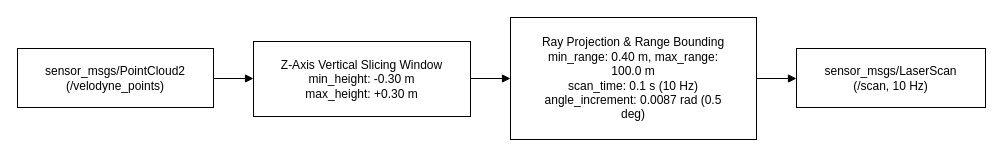
Before: docs/development/ros/diagrams/sensor-fusion-and-control-lidar-pointcloud-projection-pipeline.drawio in itbdelaboprogramming/msd700_documentation, a draw.io diagram. Source tidied: cells renumbered, new cells numbered last; positions are measured from the earlier drawing's top-left corner, leaving out a move shared by most shapes. Both pictures are drawn from the tidied source at 100%, with x=0, y=0 at pixel (17, 17).
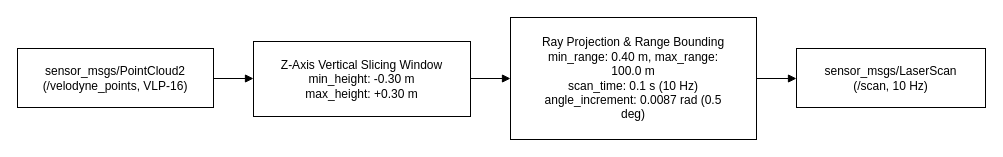
After the change.

Diff of the diagram source:
```diff
@@
 <mxGraphModel>
   <root>
     <mxCell id="0" />
     <mxCell id="1" parent="0" />
-    <mxCell id="2" value="sensor_msgs/PointCloud2&lt;br&gt;(/velodyne_points)" style="html=1;whiteSpace=wrap;fillColor=#ffffff;strokeColor=#000000;rounded=0;fontFamily=Helvetica;fontSize=12;fontColor=#000000;" parent="1" vertex="1">
+    <mxCell id="2" value="sensor_msgs/PointCloud2&lt;br&gt;(/velodyne_points, VLP-16)" style="html=1;whiteSpace=wrap;fillColor=#ffffff;strokeColor=#000000;rounded=0;fontFamily=Helvetica;fontSize=12;fontColor=#000000;" parent="1" vertex="1">
       <mxGeometry y="31" width="196" height="59" as="geometry" />
     </mxCell>
     <mxCell id="3" value="Z-Axis Vertical Slicing Window&lt;br&gt;min_height: -0.30 m&lt;br&gt;max_height: +0.30 m" style="html=1;whiteSpace=wrap;fillColor=#ffffff;strokeColor=#000000;rounded=0;fontFamily=Helvetica;fontSize=12;fontColor=#000000;" parent="1" vertex="1">
       <mxGeometry x="236" y="24" width="217" height="75" as="geometry" />
     </mxCell>
     <mxCell id="4" value="Ray Projection &amp;amp; Range Bounding&lt;br&gt;min_range: 0.40 m, max_range:&lt;br&gt;100.0 m&lt;br&gt;scan_time: 0.1 s (10 Hz)&lt;br&gt;angle_increment: 0.0087 rad (0.5&lt;br&gt;deg)" style="html=1;whiteSpace=wrap;fillColor=#ffffff;strokeColor=#000000;rounded=0;fontFamily=Helvetica;fontSize=12;fontColor=#000000;" parent="1" vertex="1">
       <mxGeometry x="493" width="246" height="122" as="geometry" />
     </mxCell>
     <mxCell id="5" value="sensor_msgs/LaserScan&lt;br&gt;(/scan, 10 Hz)" style="html=1;whiteSpace=wrap;fillColor=#ffffff;strokeColor=#000000;rounded=0;fontFamily=Helvetica;fontSize=12;fontColor=#000000;" parent="1" vertex="1">
       <mxGeometry x="779" y="31" width="189" height="59" as="geometry" />
     </mxCell>
     <mxCell id="6" style="edgeStyle=orthogonalEdgeStyle;rounded=1;arcSize=10;html=1;fontFamily=Helvetica;fontSize=11;labelBackgroundColor=#ffffff;strokeColor=#000000;startArrow=none;endArrow=block;endFill=1;endSize=6;exitX=1;exitY=0.5085;exitDx=0;exitDy=0;exitPerimeter=0;entryX=0;entryY=0.4933;entryDx=0;entryDy=0;entryPerimeter=0;" parent="1" edge="1" source="2" target="3">
       <mxGeometry relative="1" as="geometry" />
     </mxCell>
     <mxCell id="7" style="edgeStyle=orthogonalEdgeStyle;rounded=1;arcSize=10;html=1;fontFamily=Helvetica;fontSize=11;labelBackgroundColor=#ffffff;strokeColor=#000000;startArrow=none;endArrow=block;endFill=1;endSize=6;exitX=1;exitY=0.4933;exitDx=0;exitDy=0;exitPerimeter=0;entryX=0;entryY=0.5;entryDx=0;entryDy=0;entryPerimeter=0;" parent="1" edge="1" source="3" target="4">
       <mxGeometry relative="1" as="geometry" />
     </mxCell>
     <mxCell id="8" style="edgeStyle=orthogonalEdgeStyle;rounded=1;arcSize=10;html=1;fontFamily=Helvetica;fontSize=11;labelBackgroundColor=#ffffff;strokeColor=#000000;startArrow=none;endArrow=block;endFill=1;endSize=6;exitX=1;exitY=0.5;exitDx=0;exitDy=0;exitPerimeter=0;entryX=0;entryY=0.5085;entryDx=0;entryDy=0;entryPerimeter=0;" parent="1" edge="1" source="4" target="5">
       <mxGeometry relative="1" as="geometry" />
     </mxCell>
   </root>
 </mxGraphModel>
```
